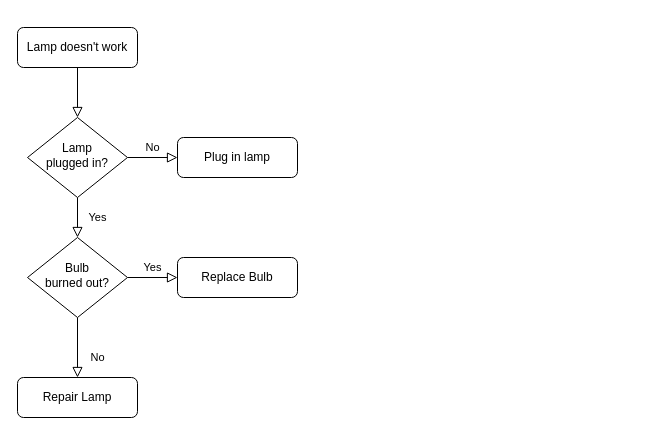
Before: 未命名绘图.drawio in GavinLook/videolearning, a draw.io diagram. Source tidied: cells renumbered, new cells numbered last; positions are measured from the earlier drawing's top-left corner, leaving out a move shared by most shapes. Both pictures are drawn from the tidied source at 100%, with x=0, y=0 at pixel (17, 27).
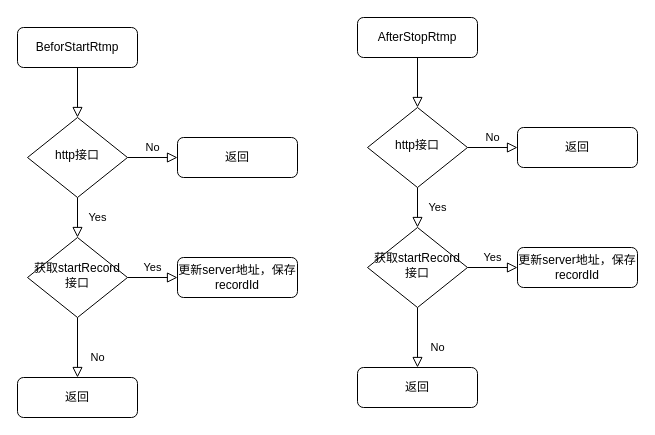
Above is the later version.

The edit, as a diff of the source:
```diff
@@
-    <mxCell id="3" value="Lamp doesn't work" style="rounded=1;whiteSpace=wrap;html=1;fontSize=12;glass=0;strokeWidth=1;shadow=0;" parent="1" vertex="1">
+    <mxCell id="3" value="BeforStartRtmp" style="rounded=1;whiteSpace=wrap;html=1;fontSize=12;glass=0;strokeWidth=1;shadow=0;" parent="1" vertex="1">
       <mxGeometry width="120" height="40" as="geometry" />
     </mxCell>
@@
-    <mxCell id="6" value="Lamp&lt;br&gt;plugged in?" style="rhombus;whiteSpace=wrap;html=1;shadow=0;fontFamily=Helvetica;fontSize=12;align=center;strokeWidth=1;spacing=6;spacingTop=-4;" parent="1" vertex="1">
+    <mxCell id="6" value="http接口" style="rhombus;whiteSpace=wrap;html=1;shadow=0;fontFamily=Helvetica;fontSize=12;align=center;strokeWidth=1;spacing=6;spacingTop=-4;" parent="1" vertex="1">
       <mxGeometry x="10" y="90" width="100" height="80" as="geometry" />
     </mxCell>
-    <mxCell id="7" value="Plug in lamp" style="rounded=1;whiteSpace=wrap;html=1;fontSize=12;glass=0;strokeWidth=1;shadow=0;" parent="1" vertex="1">
+    <mxCell id="7" value="返回" style="rounded=1;whiteSpace=wrap;html=1;fontSize=12;glass=0;strokeWidth=1;shadow=0;" parent="1" vertex="1">
       <mxGeometry x="160" y="110" width="120" height="40" as="geometry" />
     </mxCell>
@@
-    <mxCell id="10" value="Bulb&lt;br&gt;burned out?" style="rhombus;whiteSpace=wrap;html=1;shadow=0;fontFamily=Helvetica;fontSize=12;align=center;strokeWidth=1;spacing=6;spacingTop=-4;" parent="1" vertex="1">
+    <mxCell id="10" value="获取startRecord接口" style="rhombus;whiteSpace=wrap;html=1;shadow=0;fontFamily=Helvetica;fontSize=12;align=center;strokeWidth=1;spacing=6;spacingTop=-4;" parent="1" vertex="1">
       <mxGeometry x="10" y="210" width="100" height="80" as="geometry" />
     </mxCell>
-    <mxCell id="11" value="Repair Lamp" style="rounded=1;whiteSpace=wrap;html=1;fontSize=12;glass=0;strokeWidth=1;shadow=0;" parent="1" vertex="1">
+    <mxCell id="11" value="返回" style="rounded=1;whiteSpace=wrap;html=1;fontSize=12;glass=0;strokeWidth=1;shadow=0;" parent="1" vertex="1">
       <mxGeometry y="350" width="120" height="40" as="geometry" />
     </mxCell>
-    <mxCell id="12" value="Replace Bulb" style="rounded=1;whiteSpace=wrap;html=1;fontSize=12;glass=0;strokeWidth=1;shadow=0;" parent="1" vertex="1">
+    <mxCell id="12" value="更新server地址，保存recordId" style="rounded=1;whiteSpace=wrap;html=1;fontSize=12;glass=0;strokeWidth=1;shadow=0;" parent="1" vertex="1">
       <mxGeometry x="160" y="230" width="120" height="40" as="geometry" />
     </mxCell>
+    <mxCell id="13" style="rounded=0;html=1;jettySize=auto;fontSize=11;endArrow=block;endFill=0;endSize=8;strokeWidth=1;shadow=0;labelBackgroundColor=none;edgeStyle=orthogonalEdgeStyle;" parent="1" edge="1" source="14" target="17">
+      <mxGeometry relative="1" as="geometry" />
+    </mxCell>
+    <mxCell id="14" value="AfterStopRtmp" style="rounded=1;whiteSpace=wrap;html=1;fontSize=12;glass=0;strokeWidth=1;shadow=0;" parent="1" vertex="1">
+      <mxGeometry x="340" y="-10" width="120" height="40" as="geometry" />
+    </mxCell>
+    <mxCell id="15" value="Yes" style="rounded=0;html=1;jettySize=auto;fontSize=11;endArrow=block;endFill=0;endSize=8;strokeWidth=1;shadow=0;labelBackgroundColor=none;edgeStyle=orthogonalEdgeStyle;" parent="1" edge="1" source="17" target="21">
+      <mxGeometry y="20" relative="1" as="geometry" />
+    </mxCell>
+    <mxCell id="16" value="No" style="edgeStyle=orthogonalEdgeStyle;rounded=0;html=1;jettySize=auto;fontSize=11;endArrow=block;endFill=0;endSize=8;strokeWidth=1;shadow=0;labelBackgroundColor=none;" parent="1" edge="1" source="17" target="18">
+      <mxGeometry y="10" relative="1" as="geometry" />
+    </mxCell>
+    <mxCell id="17" value="http接口" style="rhombus;whiteSpace=wrap;html=1;shadow=0;fontFamily=Helvetica;fontSize=12;align=center;strokeWidth=1;spacing=6;spacingTop=-4;" parent="1" vertex="1">
+      <mxGeometry x="350" y="80" width="100" height="80" as="geometry" />
+    </mxCell>
+    <mxCell id="18" value="返回" style="rounded=1;whiteSpace=wrap;html=1;fontSize=12;glass=0;strokeWidth=1;shadow=0;" parent="1" vertex="1">
+      <mxGeometry x="500" y="100" width="120" height="40" as="geometry" />
+    </mxCell>
+    <mxCell id="19" value="No" style="rounded=0;html=1;jettySize=auto;fontSize=11;endArrow=block;endFill=0;endSize=8;strokeWidth=1;shadow=0;labelBackgroundColor=none;edgeStyle=orthogonalEdgeStyle;" parent="1" edge="1" source="21" target="22">
+      <mxGeometry x="0.33" y="20" relative="1" as="geometry" />
+    </mxCell>
+    <mxCell id="20" value="Yes" style="edgeStyle=orthogonalEdgeStyle;rounded=0;html=1;jettySize=auto;fontSize=11;endArrow=block;endFill=0;endSize=8;strokeWidth=1;shadow=0;labelBackgroundColor=none;" parent="1" edge="1" source="21" target="23">
+      <mxGeometry y="10" relative="1" as="geometry" />
+    </mxCell>
+    <mxCell id="21" value="获取startRecord接口" style="rhombus;whiteSpace=wrap;html=1;shadow=0;fontFamily=Helvetica;fontSize=12;align=center;strokeWidth=1;spacing=6;spacingTop=-4;" parent="1" vertex="1">
+      <mxGeometry x="350" y="200" width="100" height="80" as="geometry" />
+    </mxCell>
+    <mxCell id="22" value="返回" style="rounded=1;whiteSpace=wrap;html=1;fontSize=12;glass=0;strokeWidth=1;shadow=0;" parent="1" vertex="1">
+      <mxGeometry x="340" y="340" width="120" height="40" as="geometry" />
+    </mxCell>
+    <mxCell id="23" value="更新server地址，保存recordId" style="rounded=1;whiteSpace=wrap;html=1;fontSize=12;glass=0;strokeWidth=1;shadow=0;" parent="1" vertex="1">
+      <mxGeometry x="500" y="220" width="120" height="40" as="geometry" />
+    </mxCell>
```
